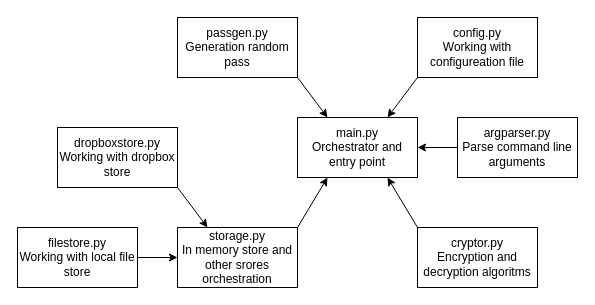
Above: drawio/structure.drawio in evilHoms/cpass (draw.io), before the change. Source tidied: cells renumbered, new cells numbered last; positions are measured from the earlier drawing's top-left corner, leaving out a move shared by most shapes. Both pictures are drawn from the tidied source at 100%, with x=0, y=0 at pixel (17, 17).
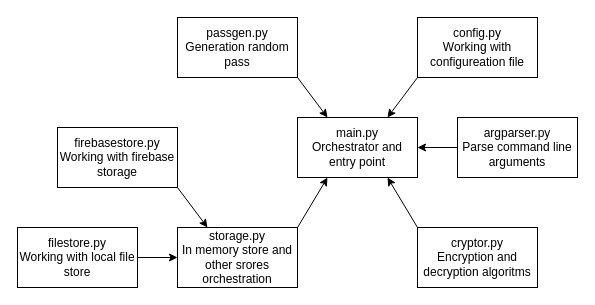
The same page after the edit.

Commit message (it also covers changes not shown here):
Add config mode, add saving of old store after sync, add key to fb config

The edit, as a diff of the source:
```diff
@@
 <mxGraphModel>
   <root>
     <mxCell id="0" />
     <mxCell id="1" parent="0" />
     <mxCell id="2" value="main.py&lt;br&gt;Orchestrator and entry point" style="rounded=0;whiteSpace=wrap;html=1;" parent="1" vertex="1">
       <mxGeometry x="280" y="100" width="120" height="60" as="geometry" />
     </mxCell>
     <mxCell id="3" value="storage.py&lt;br&gt;In memory store and other srores orchestration" style="rounded=0;whiteSpace=wrap;html=1;" parent="1" vertex="1">
       <mxGeometry x="160" y="210" width="120" height="60" as="geometry" />
     </mxCell>
     <mxCell id="4" value="filestore.py&lt;br&gt;Working with local file store" style="whiteSpace=wrap;html=1;rounded=0;" parent="1" vertex="1">
       <mxGeometry y="210" width="120" height="60" as="geometry" />
     </mxCell>
-    <mxCell id="5" value="dropboxstore.py&lt;br&gt;Working with dropbox store" style="rounded=0;whiteSpace=wrap;html=1;" parent="1" vertex="1">
+    <mxCell id="5" value="firebasestore.py&lt;br&gt;Working with firebase storage" style="rounded=0;whiteSpace=wrap;html=1;" parent="1" vertex="1">
       <mxGeometry x="40" y="110" width="120" height="60" as="geometry" />
     </mxCell>
     <mxCell id="6" value="cryptor.py&lt;br&gt;Encryption and decryption algoritms" style="rounded=0;whiteSpace=wrap;html=1;" parent="1" vertex="1">
       <mxGeometry x="400" y="210" width="120" height="60" as="geometry" />
     </mxCell>
     <mxCell id="7" value="argparser.py&lt;br&gt;Parse command line arguments" style="rounded=0;whiteSpace=wrap;html=1;" parent="1" vertex="1">
       <mxGeometry x="440" y="100" width="120" height="60" as="geometry" />
     </mxCell>
     <mxCell id="8" value="config.py&lt;br&gt;Working with configureation file" style="rounded=0;whiteSpace=wrap;html=1;" parent="1" vertex="1">
       <mxGeometry x="400" width="120" height="60" as="geometry" />
     </mxCell>
     <mxCell id="9" style="endArrow=classic;html=1;exitX=0;exitY=1;exitDx=0;exitDy=0;entryX=0.75;entryY=0;entryDx=0;entryDy=0;" parent="1" edge="1" source="8" target="2">
       <mxGeometry relative="1" as="geometry" />
     </mxCell>
     <mxCell id="10" style="endArrow=classic;html=1;exitX=0;exitY=0.5;exitDx=0;exitDy=0;entryX=1;entryY=0.5;entryDx=0;entryDy=0;" parent="1" edge="1" source="7" target="2">
       <mxGeometry relative="1" as="geometry" />
     </mxCell>
     <mxCell id="11" style="endArrow=classic;html=1;entryX=0.75;entryY=1;entryDx=0;entryDy=0;exitX=0;exitY=0;exitDx=0;exitDy=0;" parent="1" edge="1" source="6" target="2">
       <mxGeometry relative="1" as="geometry" />
     </mxCell>
     <mxCell id="12" style="endArrow=classic;html=1;exitX=1;exitY=1;exitDx=0;exitDy=0;entryX=0.25;entryY=0;entryDx=0;entryDy=0;" parent="1" edge="1" source="5" target="3">
       <mxGeometry relative="1" as="geometry" />
     </mxCell>
     <mxCell id="13" style="endArrow=classic;html=1;exitX=1;exitY=0.5;exitDx=0;exitDy=0;entryX=0;entryY=0.5;entryDx=0;entryDy=0;" parent="1" edge="1" source="4" target="3">
       <mxGeometry relative="1" as="geometry" />
     </mxCell>
     <mxCell id="14" style="endArrow=classic;html=1;exitX=1;exitY=0;exitDx=0;exitDy=0;entryX=0.25;entryY=1;entryDx=0;entryDy=0;" parent="1" edge="1" source="3" target="2">
       <mxGeometry relative="1" as="geometry" />
     </mxCell>
     <mxCell id="15" value="passgen.py&lt;br&gt;Generation random pass" style="rounded=0;whiteSpace=wrap;html=1;" parent="1" vertex="1">
       <mxGeometry x="160" width="120" height="60" as="geometry" />
     </mxCell>
     <mxCell id="16" style="endArrow=classic;html=1;exitX=1;exitY=1;exitDx=0;exitDy=0;entryX=0.25;entryY=0;entryDx=0;entryDy=0;" parent="1" edge="1" source="15" target="2">
       <mxGeometry relative="1" as="geometry" />
     </mxCell>
   </root>
 </mxGraphModel>
```
